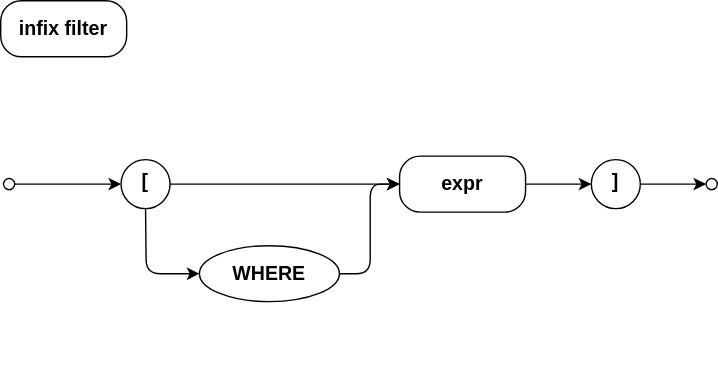
capire/docs keeps this draw.io diagram as assets/cxl/infix-filter.drawio.svg. Above is the earlier version. Source tidied: cells renumbered, new cells last; positions are measured from the earlier drawing's top-left corner, leaving out a move shared by most shapes.
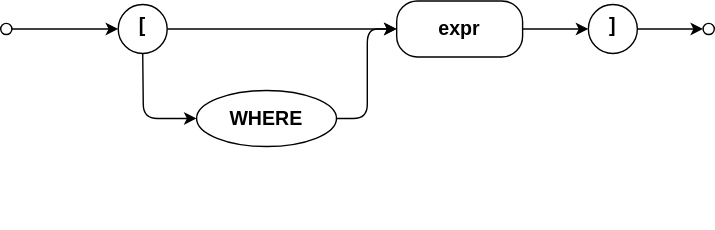
After the change.

The edit, as a diff of the source:
```diff
@@ -14,9 +14,6 @@
     <mxCell id="5" value="&lt;span style=&quot;color: rgb(0, 0, 0);&quot;&gt;WHERE&lt;/span&gt;" style="ellipse;whiteSpace=wrap;html=1;align=center;newEdgeStyle={&quot;edgeStyle&quot;:&quot;entityRelationEdgeStyle&quot;,&quot;startArrow&quot;:&quot;none&quot;,&quot;endArrow&quot;:&quot;none&quot;,&quot;segment&quot;:10,&quot;curved&quot;:1,&quot;sourcePerimeterSpacing&quot;:0,&quot;targetPerimeterSpacing&quot;:0};strokeWidth=1;verticalAlign=middle;fontStyle=1;fontSize=14;" parent="1" vertex="1">
       <mxGeometry x="142" y="175" width="100" height="40" as="geometry" />
     </mxCell>
-    <mxCell id="6" value="infix filter" style="rounded=1;whiteSpace=wrap;html=1;strokeWidth=1;arcSize=37;verticalAlign=middle;align=center;fontStyle=1;fontSize=14;" parent="1" vertex="1">
-      <mxGeometry width="90" height="40" as="geometry" />
-    </mxCell>
     <mxCell id="7" style="ellipse;whiteSpace=wrap;html=1;strokeWidth=1;verticalAlign=middle;align=center;fontStyle=1;fontSize=14;" parent="1" vertex="1">
       <mxGeometry x="504" y="127" width="8" height="8" as="geometry" />
     </mxCell>
```
